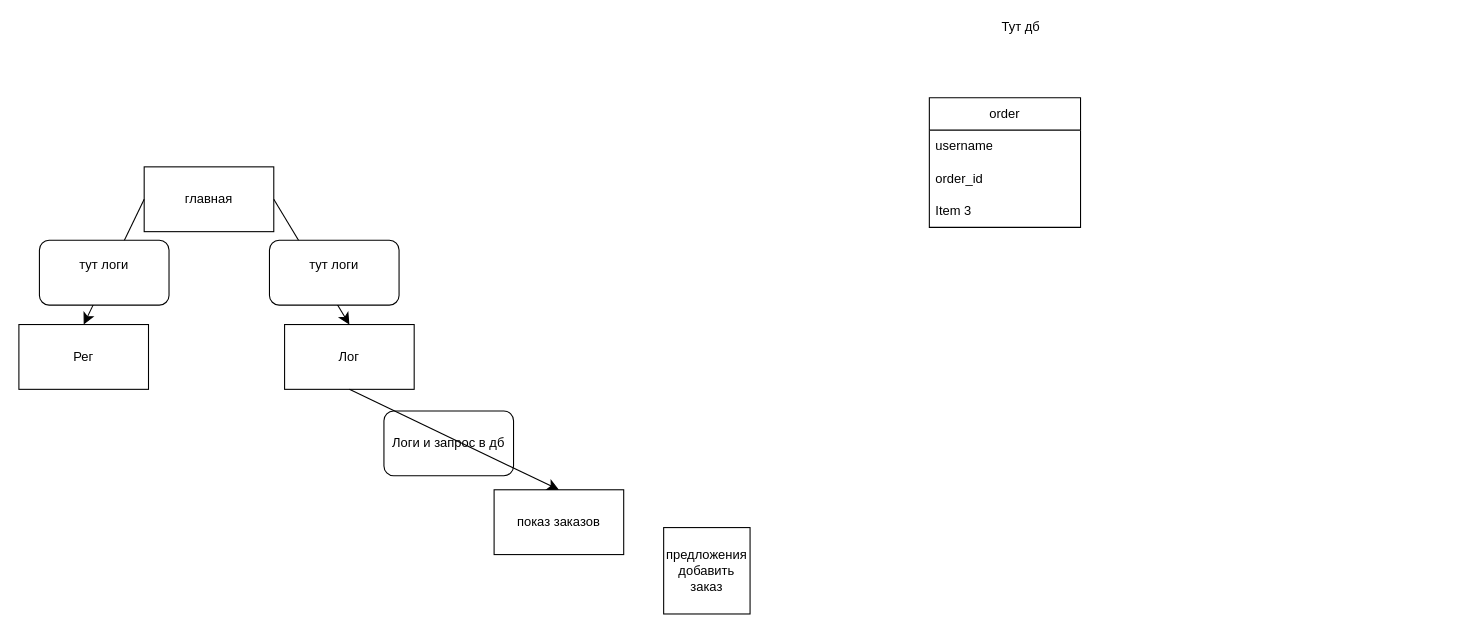
The draw.io diagram Road_map/Диаграмма без названия.drawio in Froo-tech/Pizza_django, before the edit. Source tidied: cells renumbered, new cells numbered last; positions are measured from the earlier drawing's top-left corner, leaving out a move shared by most shapes. Both pictures are drawn from the tidied source at 108%, with x=0, y=0 at pixel (18, 18).
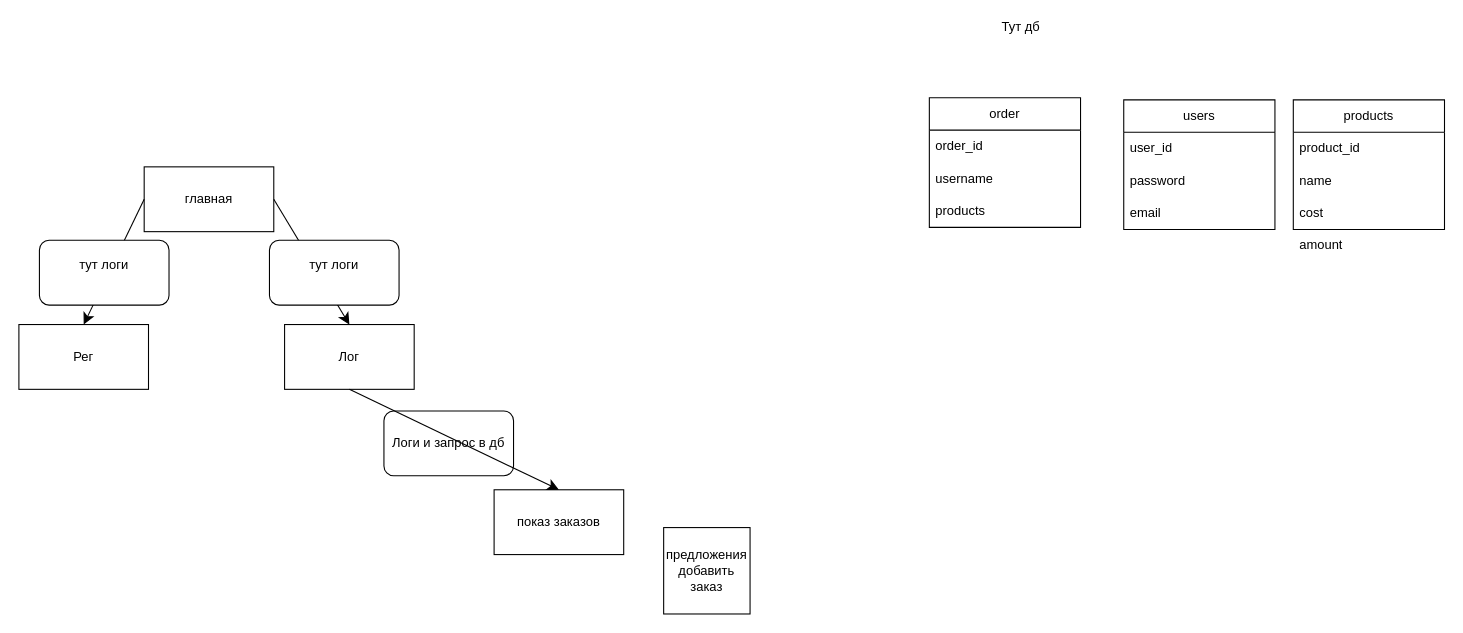
Above is the later version.

Unchanged cells that the change refers to:
```xml
<mxCell id="13" value="order" style="swimlane;fontStyle=0;horizontal=1;startSize=30;whiteSpace=wrap;html=1;" parent="1" vertex="1">
  <mxGeometry x="843" y="73" width="140" height="120" as="geometry" />
</mxCell>
```

What changed in the source:
```diff
@@
-    <mxCell id="14" value="username" style="text;strokeColor=none;fillColor=none;align=left;verticalAlign=middle;spacingLeft=4;spacingRight=4;overflow=hidden;whiteSpace=wrap;html=1;" parent="13" vertex="1">
+    <mxCell id="14" value="order_id" style="text;strokeColor=none;fillColor=none;align=left;verticalAlign=middle;spacingLeft=4;spacingRight=4;overflow=hidden;whiteSpace=wrap;html=1;" parent="13" vertex="1">
       <mxGeometry y="30" width="140" height="30" as="geometry" />
     </mxCell>
-    <mxCell id="15" value="order_id" style="text;strokeColor=none;fillColor=none;align=left;verticalAlign=middle;spacingLeft=4;spacingRight=4;overflow=hidden;whiteSpace=wrap;html=1;" parent="13" vertex="1">
+    <mxCell id="15" value="username" style="text;strokeColor=none;fillColor=none;align=left;verticalAlign=middle;spacingLeft=4;spacingRight=4;overflow=hidden;whiteSpace=wrap;html=1;" parent="13" vertex="1">
       <mxGeometry y="60" width="140" height="30" as="geometry" />
     </mxCell>
-    <mxCell id="16" value="Item 3" style="text;strokeColor=none;fillColor=none;align=left;verticalAlign=middle;spacingLeft=4;spacingRight=4;overflow=hidden;whiteSpace=wrap;html=1;" parent="13" vertex="1">
+    <mxCell id="16" value="products" style="text;strokeColor=none;fillColor=none;align=left;verticalAlign=middle;spacingLeft=4;spacingRight=4;overflow=hidden;whiteSpace=wrap;html=1;" parent="13" vertex="1">
       <mxGeometry y="90" width="140" height="30" as="geometry" />
     </mxCell>
@@
+    <mxCell id="18" value="users" style="swimlane;fontStyle=0;horizontal=1;startSize=30;whiteSpace=wrap;html=1;" parent="1" vertex="1">
+      <mxGeometry x="1023" y="75" width="140" height="120" as="geometry" />
+    </mxCell>
+    <mxCell id="19" value="user_id" style="text;strokeColor=none;fillColor=none;align=left;verticalAlign=middle;spacingLeft=4;spacingRight=4;overflow=hidden;whiteSpace=wrap;html=1;" parent="18" vertex="1">
+      <mxGeometry y="30" width="140" height="30" as="geometry" />
+    </mxCell>
+    <mxCell id="20" value="password" style="text;strokeColor=none;fillColor=none;align=left;verticalAlign=middle;spacingLeft=4;spacingRight=4;overflow=hidden;whiteSpace=wrap;html=1;" parent="18" vertex="1">
+      <mxGeometry y="60" width="140" height="30" as="geometry" />
+    </mxCell>
+    <mxCell id="21" value="email" style="text;strokeColor=none;fillColor=none;align=left;verticalAlign=middle;spacingLeft=4;spacingRight=4;overflow=hidden;whiteSpace=wrap;html=1;" parent="18" vertex="1">
+      <mxGeometry y="90" width="140" height="30" as="geometry" />
+    </mxCell>
+    <mxCell id="22" value="products" style="swimlane;fontStyle=0;horizontal=1;startSize=30;whiteSpace=wrap;html=1;" parent="1" vertex="1">
+      <mxGeometry x="1180" y="75" width="140" height="120" as="geometry" />
+    </mxCell>
+    <mxCell id="23" value="product_id" style="text;strokeColor=none;fillColor=none;align=left;verticalAlign=middle;spacingLeft=4;spacingRight=4;overflow=hidden;whiteSpace=wrap;html=1;" parent="22" vertex="1">
+      <mxGeometry y="30" width="140" height="30" as="geometry" />
+    </mxCell>
+    <mxCell id="24" value="name" style="text;strokeColor=none;fillColor=none;align=left;verticalAlign=middle;spacingLeft=4;spacingRight=4;overflow=hidden;whiteSpace=wrap;html=1;" parent="22" vertex="1">
+      <mxGeometry y="60" width="140" height="30" as="geometry" />
+    </mxCell>
+    <mxCell id="25" value="cost" style="text;strokeColor=none;fillColor=none;align=left;verticalAlign=middle;spacingLeft=4;spacingRight=4;overflow=hidden;whiteSpace=wrap;html=1;" parent="22" vertex="1">
+      <mxGeometry y="90" width="140" height="30" as="geometry" />
+    </mxCell>
+    <mxCell id="26" value="amount" style="text;strokeColor=none;fillColor=none;align=left;verticalAlign=middle;spacingLeft=4;spacingRight=4;overflow=hidden;whiteSpace=wrap;html=1;" parent="1" vertex="1">
+      <mxGeometry x="1180" y="195" width="140" height="30" as="geometry" />
+    </mxCell>
```
